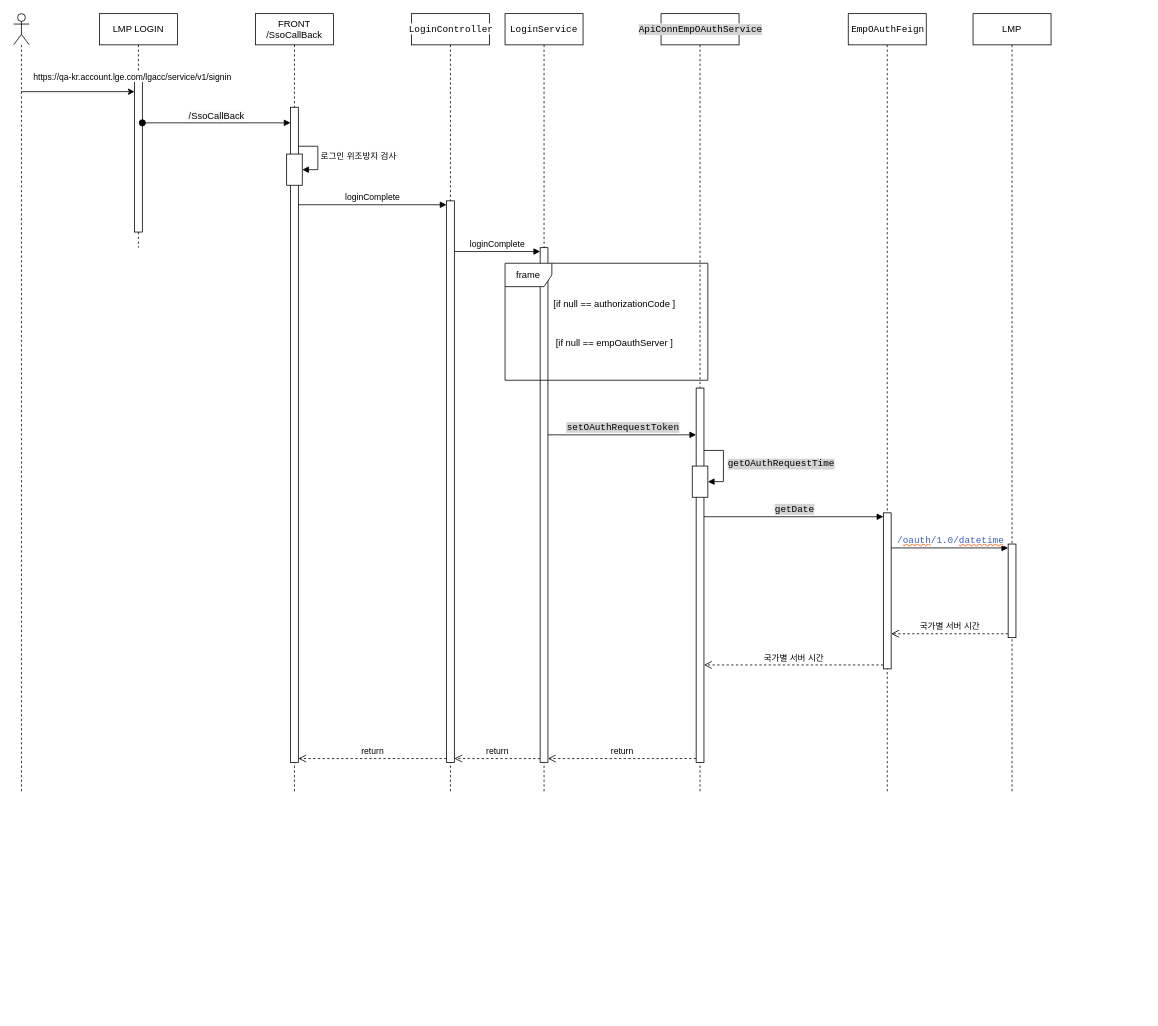
Before: page "로그인" (3 of 3) of 제목 없는 다이어그램.drawio in kangilc/codege, a draw.io diagram. Source tidied: cells renumbered, new cells numbered last; positions are measured from the earlier drawing's top-left corner, leaving out a move shared by most shapes. Both pictures are drawn from the tidied source at 78%, with x=0, y=0 at pixel (13, 13).
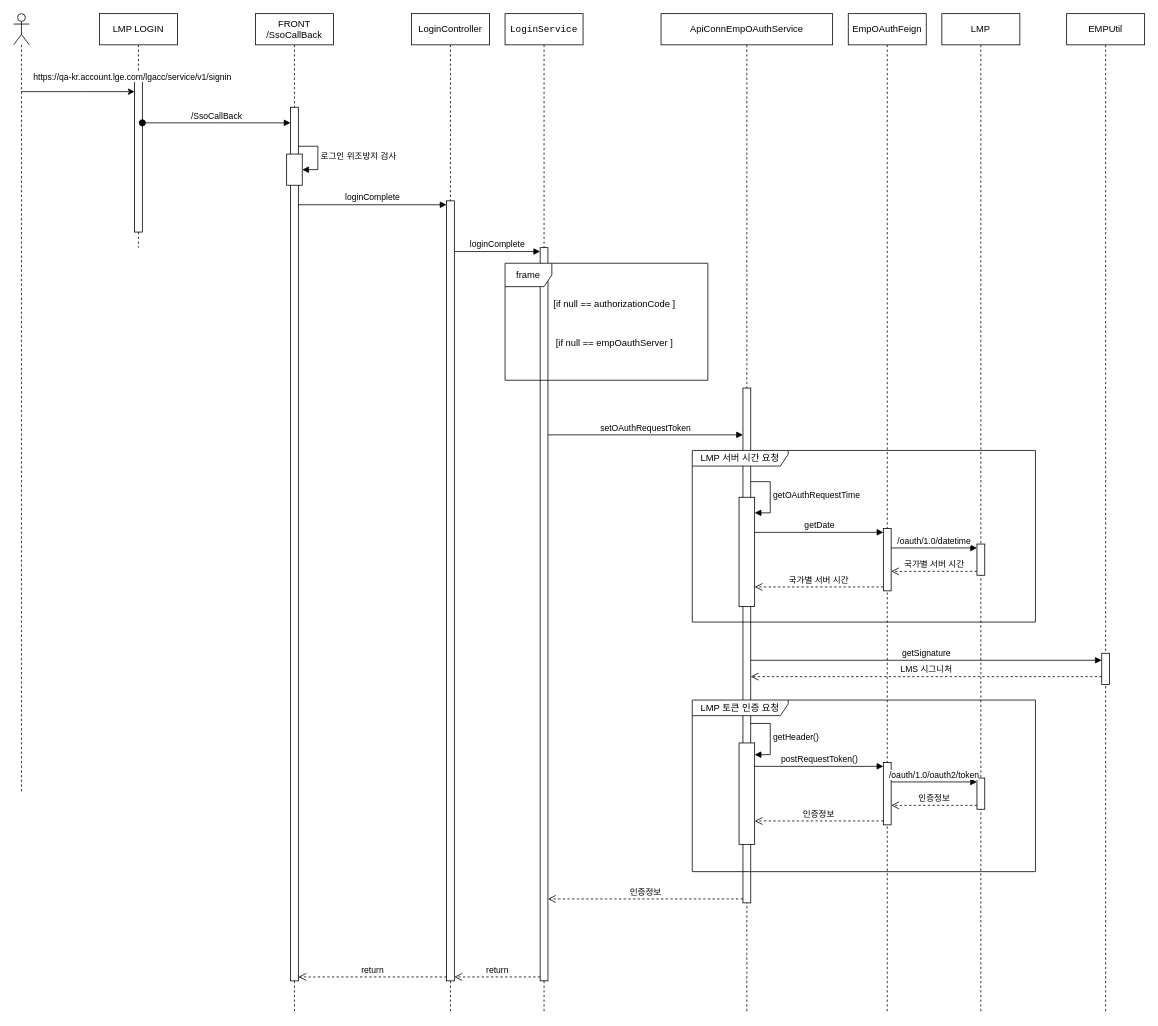
The same diagram, later.

The change refers to these unchanged cells:
```xml
<mxCell id="3" style="html=1;points=[[0,0,0,0,5],[0,1,0,0,-5],[1,0,0,0,5],[1,1,0,0,-5]];perimeter=orthogonalPerimeter;outlineConnect=0;targetShapes=umlLifeline;portConstraint=eastwest;newEdgeStyle={&quot;curved&quot;:0,&quot;rounded&quot;:0};" parent="2" vertex="1">
  <mxGeometry x="45" y="80" width="10" height="200" as="geometry" />
</mxCell>
```

Diff of the diagram source:
```diff
@@
     <mxCell id="4" value="FRONT&lt;div&gt;/SsoCallBack&lt;/div&gt;" style="shape=umlLifeline;perimeter=lifelinePerimeter;whiteSpace=wrap;html=1;newEdgeStyle={&quot;edgeStyle&quot;:&quot;elbowEdgeStyle&quot;,&quot;elbow&quot;:&quot;vertical&quot;,&quot;curved&quot;:0,&quot;rounded&quot;:0};" parent="1" vertex="1">
-      <mxGeometry x="310" width="100" height="1000" as="geometry" />
+      <mxGeometry x="310" width="100" height="1280" as="geometry" />
     </mxCell>
     <mxCell id="5" style="html=1;points=[[0,0,0,0,5],[0,1,0,0,-5],[1,0,0,0,5],[1,1,0,0,-5]];perimeter=orthogonalPerimeter;outlineConnect=0;targetShapes=umlLifeline;portConstraint=eastwest;newEdgeStyle={&quot;curved&quot;:0,&quot;rounded&quot;:0};" parent="4" vertex="1">
-      <mxGeometry x="45" y="120" width="10" height="840" as="geometry" />
+      <mxGeometry x="45" y="120" width="10" height="1120" as="geometry" />
     </mxCell>
@@
-    <mxCell id="10" value="&lt;span style=&quot;font-size: 12px; text-wrap: wrap; background-color: rgb(251, 251, 251);&quot;&gt;/SsoCallBack&lt;/span&gt;" style="html=1;verticalAlign=bottom;startArrow=oval;startFill=1;endArrow=block;startSize=8;curved=0;rounded=0;" parent="1" edge="1" source="3" target="5">
+    <mxCell id="10" value="/SsoCallBack" style="html=1;verticalAlign=bottom;startArrow=oval;startFill=1;endArrow=block;startSize=8;curved=0;rounded=0;" parent="1" edge="1" source="3" target="5">
       <mxGeometry relative="1" as="geometry">
         <Array as="points">
           <mxPoint x="260" y="140" />
         </Array>
       </mxGeometry>
     </mxCell>
-    <mxCell id="11" value="&lt;span style=&quot;background-color:#ffffff;padding:0px 0px 0px 2px;&quot;&gt;&lt;span style=&quot;font-family: Consolas; font-size: 9pt; white-space: pre;&quot;&gt;LoginController&lt;/span&gt;&lt;/span&gt;" style="shape=umlLifeline;perimeter=lifelinePerimeter;whiteSpace=wrap;html=1;newEdgeStyle={&quot;curved&quot;:0,&quot;rounded&quot;:0};" parent="1" vertex="1">
-      <mxGeometry x="510" width="100" height="1000" as="geometry" />
+    <mxCell id="11" value="LoginController" style="shape=umlLifeline;perimeter=lifelinePerimeter;whiteSpace=wrap;html=1;newEdgeStyle={&quot;curved&quot;:0,&quot;rounded&quot;:0};" parent="1" vertex="1">
+      <mxGeometry x="510" width="100" height="1280" as="geometry" />
     </mxCell>
     <mxCell id="12" style="html=1;points=[[0,0,0,0,5],[0,1,0,0,-5],[1,0,0,0,5],[1,1,0,0,-5]];perimeter=orthogonalPerimeter;outlineConnect=0;targetShapes=umlLifeline;portConstraint=eastwest;newEdgeStyle={&quot;curved&quot;:0,&quot;rounded&quot;:0};" parent="11" vertex="1">
-      <mxGeometry x="45" y="240" width="10" height="720" as="geometry" />
+      <mxGeometry x="45" y="240" width="10" height="1000" as="geometry" />
     </mxCell>
@@
     <mxCell id="15" value="&lt;font face=&quot;Consolas&quot;&gt;&lt;span style=&quot;white-space: pre;&quot;&gt;LoginService&lt;/span&gt;&lt;/font&gt;" style="shape=umlLifeline;perimeter=lifelinePerimeter;whiteSpace=wrap;html=1;newEdgeStyle={&quot;curved&quot;:0,&quot;rounded&quot;:0};" parent="1" vertex="1">
-      <mxGeometry x="630" width="100" height="1000" as="geometry" />
+      <mxGeometry x="630" width="100" height="1280" as="geometry" />
     </mxCell>
     <mxCell id="16" style="html=1;points=[[0,0,0,0,5],[0,1,0,0,-5],[1,0,0,0,5],[1,1,0,0,-5]];perimeter=orthogonalPerimeter;outlineConnect=0;targetShapes=umlLifeline;portConstraint=eastwest;newEdgeStyle={&quot;curved&quot;:0,&quot;rounded&quot;:0};" parent="15" vertex="1">
-      <mxGeometry x="45" y="300" width="10" height="660" as="geometry" />
+      <mxGeometry x="45" y="300" width="10" height="940" as="geometry" />
     </mxCell>
@@
-    <mxCell id="19" value="&lt;span style=&quot;background-color:#ffffff;padding:0px 0px 0px 2px;&quot;&gt;&lt;span style=&quot;font-family: Consolas; font-size: 9pt; white-space: pre;&quot;&gt;&lt;span style=&quot;background-color: rgb(212, 212, 212);&quot;&gt;ApiConnEmpOAuthService&lt;/span&gt;&lt;/span&gt;&lt;/span&gt;" style="shape=umlLifeline;perimeter=lifelinePerimeter;whiteSpace=wrap;html=1;newEdgeStyle={&quot;curved&quot;:0,&quot;rounded&quot;:0};" parent="1" vertex="1">
-      <mxGeometry x="830" width="100" height="1000" as="geometry" />
+    <mxCell id="19" value="ApiConnEmpOAuthService" style="shape=umlLifeline;perimeter=lifelinePerimeter;whiteSpace=wrap;html=1;newEdgeStyle={&quot;curved&quot;:0,&quot;rounded&quot;:0};" parent="1" vertex="1">
+      <mxGeometry x="830" width="220" height="1280" as="geometry" />
     </mxCell>
     <mxCell id="20" style="html=1;points=[[0,0,0,0,5],[0,1,0,0,-5],[1,0,0,0,5],[1,1,0,0,-5]];perimeter=orthogonalPerimeter;outlineConnect=0;targetShapes=umlLifeline;portConstraint=eastwest;newEdgeStyle={&quot;curved&quot;:0,&quot;rounded&quot;:0};" parent="19" vertex="1">
-      <mxGeometry x="45" y="480" width="10" height="480" as="geometry" />
+      <mxGeometry x="105" y="480" width="10" height="660" as="geometry" />
     </mxCell>
     <mxCell id="21" style="html=1;points=[[0,0,0,0,5],[0,1,0,0,-5],[1,0,0,0,5],[1,1,0,0,-5]];perimeter=orthogonalPerimeter;outlineConnect=0;targetShapes=umlLifeline;portConstraint=eastwest;newEdgeStyle={&quot;curved&quot;:0,&quot;rounded&quot;:0};" parent="19" vertex="1">
-      <mxGeometry x="40" y="580" width="20" height="40" as="geometry" />
+      <mxGeometry x="100" y="620" width="20" height="140" as="geometry" />
     </mxCell>
-    <mxCell id="22" value="&lt;span style=&quot;padding: 0px 0px 0px 2px;&quot;&gt;&lt;span style=&quot;font-family: Consolas; font-size: 9pt; white-space-collapse: preserve;&quot;&gt;&lt;span style=&quot;background-color: rgb(212, 212, 212);&quot;&gt;getOAuthRequestTime&lt;/span&gt;&lt;/span&gt;&lt;/span&gt;" style="html=1;align=left;spacingLeft=2;endArrow=block;rounded=0;edgeStyle=orthogonalEdgeStyle;curved=0;rounded=0;" parent="19" edge="1" source="20" target="21">
+    <mxCell id="22" value="getOAuthRequestTime" style="html=1;align=left;spacingLeft=2;endArrow=block;rounded=0;edgeStyle=orthogonalEdgeStyle;curved=0;rounded=0;" parent="19" edge="1" source="20" target="21">
       <mxGeometry relative="1" as="geometry">
         <Array as="points">
-          <mxPoint x="80" y="560" />
-          <mxPoint x="80" y="600" />
+          <mxPoint x="140" y="600" />
+          <mxPoint x="140" y="640" />
         </Array>
       </mxGeometry>
     </mxCell>
+    <mxCell id="38" value="getHeader()" style="html=1;align=left;spacingLeft=2;endArrow=block;rounded=0;edgeStyle=orthogonalEdgeStyle;curved=0;rounded=0;" parent="19" edge="1">
+      <mxGeometry relative="1" as="geometry">
+        <mxPoint x="115" y="910" as="sourcePoint" />
+        <mxPoint x="120" y="950" as="targetPoint" />
+        <Array as="points">
+          <mxPoint x="140" y="910" />
+          <mxPoint x="140" y="950" />
+        </Array>
+      </mxGeometry>
+    </mxCell>
+    <mxCell id="39" style="html=1;points=[[0,0,0,0,5],[0,1,0,0,-5],[1,0,0,0,5],[1,1,0,0,-5]];perimeter=orthogonalPerimeter;outlineConnect=0;targetShapes=umlLifeline;portConstraint=eastwest;newEdgeStyle={&quot;curved&quot;:0,&quot;rounded&quot;:0};" parent="19" vertex="1">
+      <mxGeometry x="100" y="935" width="20" height="130" as="geometry" />
+    </mxCell>
-    <mxCell id="23" value="&lt;span style=&quot;padding: 0px 0px 0px 2px;&quot;&gt;&lt;span style=&quot;font-family: Consolas; font-size: 9pt; white-space-collapse: preserve;&quot;&gt;&lt;span style=&quot;background-color: rgb(212, 212, 212);&quot;&gt;setOAuthRequestToken&lt;/span&gt;&lt;/span&gt;&lt;/span&gt;" style="html=1;verticalAlign=bottom;endArrow=block;curved=0;rounded=0;" parent="1" edge="1" source="16" target="20">
+    <mxCell id="23" value="setOAuthRequestToken" style="html=1;verticalAlign=bottom;endArrow=block;curved=0;rounded=0;" parent="1" edge="1" source="16" target="20">
       <mxGeometry relative="1" as="geometry">
         <Array as="points">
           <mxPoint x="780" y="540" />
         </Array>
       </mxGeometry>
     </mxCell>
-    <mxCell id="24" value="return" style="html=1;verticalAlign=bottom;endArrow=open;dashed=1;endSize=8;curved=0;rounded=0;exitX=0;exitY=1;exitDx=0;exitDy=-5;" parent="1" edge="1" source="20" target="16">
+    <mxCell id="24" value="인증정보" style="html=1;verticalAlign=bottom;endArrow=open;dashed=1;endSize=8;curved=0;rounded=0;exitX=0;exitY=1;exitDx=0;exitDy=-5;" parent="1" edge="1" source="20" target="16">
       <mxGeometry relative="1" as="geometry" />
     </mxCell>
-    <mxCell id="25" value="&lt;span style=&quot;background-color:#ffffff;padding:0px 0px 0px 2px;&quot;&gt;&lt;span style=&quot;font-family: Consolas; font-size: 9pt; white-space: pre;&quot;&gt;EmpOAuthFeign&lt;/span&gt;&lt;/span&gt;" style="shape=umlLifeline;perimeter=lifelinePerimeter;whiteSpace=wrap;html=1;newEdgeStyle={&quot;curved&quot;:0,&quot;rounded&quot;:0};" parent="1" vertex="1">
-      <mxGeometry x="1070" width="100" height="1000" as="geometry" />
+    <mxCell id="25" value="EmpOAuthFeign" style="shape=umlLifeline;perimeter=lifelinePerimeter;whiteSpace=wrap;html=1;newEdgeStyle={&quot;curved&quot;:0,&quot;rounded&quot;:0};" parent="1" vertex="1">
+      <mxGeometry x="1070" width="100" height="1280" as="geometry" />
     </mxCell>
     <mxCell id="26" style="html=1;points=[[0,0,0,0,5],[0,1,0,0,-5],[1,0,0,0,5],[1,1,0,0,-5]];perimeter=orthogonalPerimeter;outlineConnect=0;targetShapes=umlLifeline;portConstraint=eastwest;newEdgeStyle={&quot;curved&quot;:0,&quot;rounded&quot;:0};" parent="25" vertex="1">
-      <mxGeometry x="45" y="640" width="10" height="200" as="geometry" />
+      <mxGeometry x="45" y="660" width="10" height="80" as="geometry" />
     </mxCell>
-    <mxCell id="27" value="&lt;span style=&quot;padding: 0px 0px 0px 2px;&quot;&gt;&lt;span style=&quot;font-family: Consolas; font-size: 9pt; white-space-collapse: preserve;&quot;&gt;&lt;span style=&quot;background-color: rgb(212, 212, 212);&quot;&gt;getDate&lt;/span&gt;&lt;/span&gt;&lt;/span&gt;" style="html=1;verticalAlign=bottom;endArrow=block;curved=0;rounded=0;entryX=0;entryY=0;entryDx=0;entryDy=5;" parent="1" edge="1" source="20" target="26">
-      <mxGeometry relative="1" as="geometry" />
-    </mxCell>
-    <mxCell id="28" value="국가별 서버 시간" style="html=1;verticalAlign=bottom;endArrow=open;dashed=1;endSize=8;curved=0;rounded=0;exitX=0;exitY=1;exitDx=0;exitDy=-5;" parent="1" edge="1" source="26" target="20">
-      <mxGeometry relative="1" as="geometry" />
-    </mxCell>
+    <mxCell id="40" style="html=1;points=[[0,0,0,0,5],[0,1,0,0,-5],[1,0,0,0,5],[1,1,0,0,-5]];perimeter=orthogonalPerimeter;outlineConnect=0;targetShapes=umlLifeline;portConstraint=eastwest;newEdgeStyle={&quot;curved&quot;:0,&quot;rounded&quot;:0};" parent="25" vertex="1">
+      <mxGeometry x="45" y="960" width="10" height="80" as="geometry" />
+    </mxCell>
     <mxCell id="29" value="LMP" style="shape=umlLifeline;perimeter=lifelinePerimeter;whiteSpace=wrap;html=1;newEdgeStyle={&quot;curved&quot;:0,&quot;rounded&quot;:0};" parent="1" vertex="1">
-      <mxGeometry x="1230" width="100" height="1000" as="geometry" />
+      <mxGeometry x="1190" width="100" height="1280" as="geometry" />
     </mxCell>
     <mxCell id="30" style="html=1;points=[[0,0,0,0,5],[0,1,0,0,-5],[1,0,0,0,5],[1,1,0,0,-5]];perimeter=orthogonalPerimeter;outlineConnect=0;targetShapes=umlLifeline;portConstraint=eastwest;newEdgeStyle={&quot;curved&quot;:0,&quot;rounded&quot;:0};" parent="29" vertex="1">
-      <mxGeometry x="45" y="680" width="10" height="120" as="geometry" />
+      <mxGeometry x="45" y="680" width="10" height="40" as="geometry" />
     </mxCell>
-    <mxCell id="31" value="&lt;span style=&quot;padding: 0px 0px 0px 2px;&quot;&gt;&lt;span style=&quot;font-family: Consolas; font-size: 9pt; white-space-collapse: preserve;&quot;&gt;&lt;span style=&quot;color:#3f5fbf;&quot;&gt;/&lt;/span&gt;&lt;span style=&quot;color: rgb(63, 95, 191); text-decoration-line: underline; text-decoration-color: rgb(255, 128, 64); text-decoration-style: wavy;&quot;&gt;oauth&lt;/span&gt;&lt;span style=&quot;color:#3f5fbf;&quot;&gt;/1.0/&lt;/span&gt;&lt;span style=&quot;color: rgb(63, 95, 191); text-decoration-line: underline; text-decoration-color: rgb(255, 128, 64); text-decoration-style: wavy;&quot;&gt;datetime&lt;/span&gt;&lt;/span&gt;&lt;/span&gt;" style="html=1;verticalAlign=bottom;endArrow=block;curved=0;rounded=0;entryX=0;entryY=0;entryDx=0;entryDy=5;" parent="1" edge="1" source="26" target="30">
-      <mxGeometry relative="1" as="geometry" />
-    </mxCell>
-    <mxCell id="32" value="국가별 서버 시간" style="html=1;verticalAlign=bottom;endArrow=open;dashed=1;endSize=8;curved=0;rounded=0;exitX=0;exitY=1;exitDx=0;exitDy=-5;" parent="1" edge="1" source="30" target="26">
-      <mxGeometry relative="1" as="geometry" />
-    </mxCell>
+    <mxCell id="41" style="html=1;points=[[0,0,0,0,5],[0,1,0,0,-5],[1,0,0,0,5],[1,1,0,0,-5]];perimeter=orthogonalPerimeter;outlineConnect=0;targetShapes=umlLifeline;portConstraint=eastwest;newEdgeStyle={&quot;curved&quot;:0,&quot;rounded&quot;:0};" parent="29" vertex="1">
+      <mxGeometry x="45" y="980" width="10" height="40" as="geometry" />
+    </mxCell>
@@
+    <mxCell id="42" value="LMP 서버 시간 요청" style="shape=umlFrame;whiteSpace=wrap;html=1;width=123;height=20;" parent="1" vertex="1">
+      <mxGeometry x="870" y="560" width="440" height="220" as="geometry" />
+    </mxCell>
+    <mxCell id="31" value="/oauth/1.0/datetime" style="html=1;verticalAlign=bottom;endArrow=block;curved=0;rounded=0;entryX=0;entryY=0;entryDx=0;entryDy=5;" parent="1" edge="1" source="26" target="30">
+      <mxGeometry relative="1" as="geometry" />
+    </mxCell>
+    <mxCell id="32" value="국가별 서버 시간" style="html=1;verticalAlign=bottom;endArrow=open;dashed=1;endSize=8;curved=0;rounded=0;exitX=0;exitY=1;exitDx=0;exitDy=-5;" parent="1" edge="1" source="30" target="26">
+      <mxGeometry relative="1" as="geometry" />
+    </mxCell>
+    <mxCell id="27" value="getDate" style="html=1;verticalAlign=bottom;endArrow=block;curved=0;rounded=0;entryX=0;entryY=0;entryDx=0;entryDy=5;" parent="1" edge="1" source="21" target="26">
+      <mxGeometry relative="1" as="geometry" />
+    </mxCell>
+    <mxCell id="28" value="국가별 서버 시간" style="html=1;verticalAlign=bottom;endArrow=open;dashed=1;endSize=8;curved=0;rounded=0;exitX=0;exitY=1;exitDx=0;exitDy=-5;" parent="1" edge="1" source="26" target="21">
+      <mxGeometry relative="1" as="geometry" />
+    </mxCell>
+    <mxCell id="43" value="EMPUtil" style="shape=umlLifeline;perimeter=lifelinePerimeter;whiteSpace=wrap;html=1;newEdgeStyle={&quot;curved&quot;:0,&quot;rounded&quot;:0};" parent="1" vertex="1">
+      <mxGeometry x="1350" width="100" height="1280" as="geometry" />
+    </mxCell>
+    <mxCell id="44" style="html=1;perimeter=orthogonalPerimeter;targetShapes=umlLifeline;newEdgeStyle={&quot;curved&quot;:0,&quot;rounded&quot;:0};" parent="43" vertex="1">
+      <mxGeometry x="45" y="820" width="10" height="40" as="geometry" />
+    </mxCell>
+    <mxCell id="45" value="getSignature" style="html=1;verticalAlign=bottom;endArrow=block;curved=0;rounded=0;" parent="1" edge="1">
+      <mxGeometry relative="1" as="geometry">
+        <mxPoint x="945" y="829" as="sourcePoint" />
+        <mxPoint x="1395" y="829" as="targetPoint" />
+      </mxGeometry>
+    </mxCell>
+    <mxCell id="46" value="LMS 시그니처" style="html=1;verticalAlign=bottom;endArrow=open;dashed=1;endSize=8;curved=0;rounded=0;" parent="1" edge="1">
+      <mxGeometry relative="1" as="geometry">
+        <mxPoint x="1395" y="850" as="sourcePoint" />
+        <mxPoint x="945" y="850" as="targetPoint" />
+      </mxGeometry>
+    </mxCell>
+    <mxCell id="47" value="postRequestToken()" style="html=1;verticalAlign=bottom;endArrow=block;curved=0;rounded=0;entryX=0;entryY=0;entryDx=0;entryDy=5;" parent="1" edge="1" source="39" target="40">
+      <mxGeometry relative="1" as="geometry" />
+    </mxCell>
+    <mxCell id="48" value="인증정보" style="html=1;verticalAlign=bottom;endArrow=open;dashed=1;endSize=8;curved=0;rounded=0;exitX=0;exitY=1;exitDx=0;exitDy=-5;" parent="1" edge="1" source="40" target="39">
+      <mxGeometry relative="1" as="geometry" />
+    </mxCell>
+    <mxCell id="49" value="/oauth/1.0/oauth2/token" style="html=1;verticalAlign=bottom;endArrow=block;curved=0;rounded=0;entryX=0;entryY=0;entryDx=0;entryDy=5;" parent="1" edge="1" source="40" target="41">
+      <mxGeometry relative="1" as="geometry" />
+    </mxCell>
+    <mxCell id="50" value="인증정보" style="html=1;verticalAlign=bottom;endArrow=open;dashed=1;endSize=8;curved=0;rounded=0;exitX=0;exitY=1;exitDx=0;exitDy=-5;" parent="1" edge="1" source="41" target="40">
+      <mxGeometry relative="1" as="geometry" />
+    </mxCell>
+    <mxCell id="51" value="LMP 토큰 인증 요청" style="shape=umlFrame;whiteSpace=wrap;html=1;width=123;height=20;" parent="1" vertex="1">
+      <mxGeometry x="870" y="880" width="440" height="220" as="geometry" />
+    </mxCell>
```
